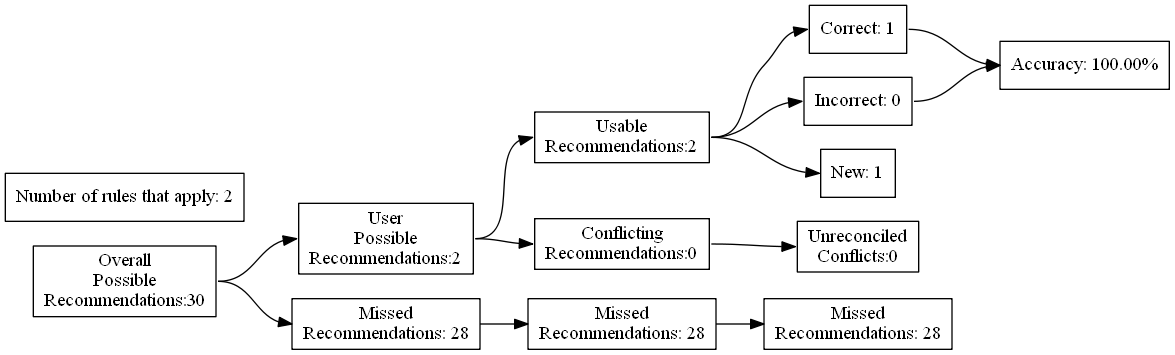
The Graphviz diagram test_renders/7.gv.png in ZaxR/ibd_diet_analysis, before a commit. Its source is kept beside it as test_renders/7.gv.
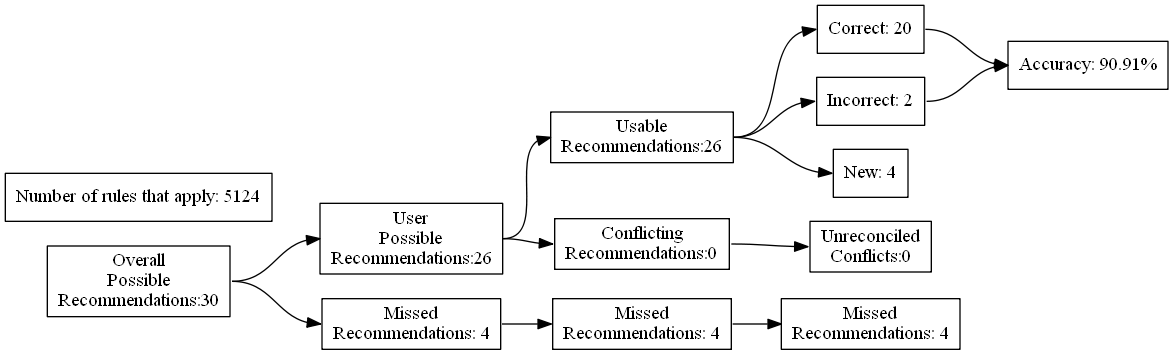
The same diagram one commit later.

What changed in the source:
```diff
@@ -7,24 +7,24 @@
 Recommendations:30"]
 		B [label="User
 Possible
-Recommendations:2"]
+Recommendations:26"]
 		C [label="Missed
-Recommendations: 28"]
+Recommendations: 4"]
 		D [label="Usable
-Recommendations:2"]
+Recommendations:26"]
 		E [label="Conflicting
 Recommendations:0"]
 		J [label="Missed
-Recommendations: 28"]
+Recommendations: 4"]
 		M [label="Unreconciled
 Conflicts:0"]
-		F [label="Correct: 1"]
-		G [label="Incorrect: 0"]
-		H [label="New: 1"]
+		F [label="Correct: 20"]
+		G [label="Incorrect: 2"]
+		H [label="New: 4"]
 		K [label="Missed
-Recommendations: 28"]
-		I [label="Accuracy: 100.00%"]
-		l [label="Number of rules that apply: 2"]
+Recommendations: 4"]
+		I [label="Accuracy: 90.91%"]
+		l [label="Number of rules that apply: 5124"]
 			A -> B
 			A -> C
 			B -> D
```
